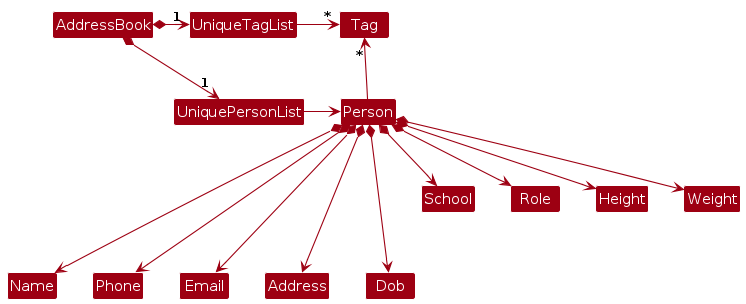
Above: diagrams/BetterModelClassDiagram.png in jordanloh/tp (PlantUML), before the change. Its source is kept beside it as diagrams/BetterModelClassDiagram.puml.
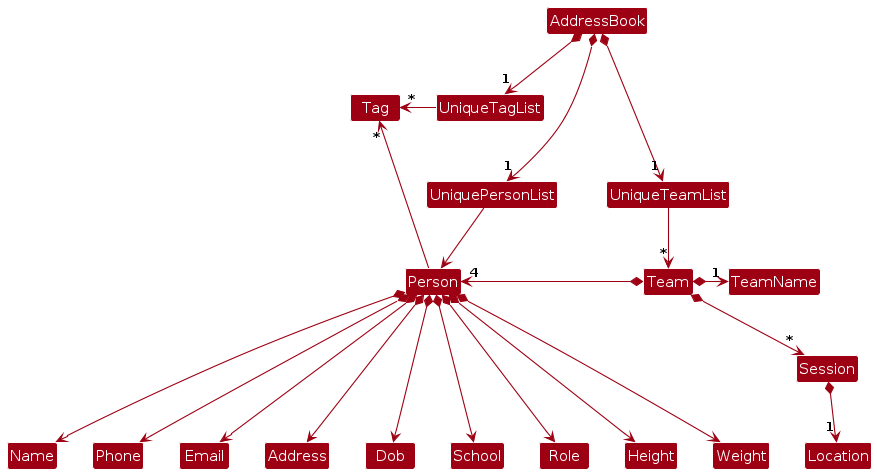
After the change.

Change to the diagram source:
```diff
@@ -4,15 +4,23 @@
 skinparam arrowColor MODEL_COLOR
 skinparam classBackgroundColor MODEL_COLOR
 
-AddressBook *-right-> "1" UniquePersonList
-AddressBook *-right-> "1" UniqueTagList
+AddressBook *-down-> "1" UniquePersonList
+AddressBook *-down-> "1" UniqueTeamList
+AddressBook *-down-> "1" UniqueTagList
 UniqueTagList -[hidden]down- UniquePersonList
 UniqueTagList -[hidden]down- UniquePersonList
 
-UniqueTagList -right-> "*" Tag
-UniquePersonList -right-> Person
+UniqueTagList -left-> "*" Tag
+UniquePersonList -down-> Person
+UniqueTeamList -down-> "*" Team
 
 Person -up-> "*" Tag
+
+Team *-left-> "4" Person
+Team *-down-> "*" Session
+Team *-right-> "1" TeamName
+Session *-down-> "1" Location
+
 
 Person *---> Name
 Person *---> Phone
@@ -23,4 +31,13 @@
 Person *--> Role
 Person *--> Height
 Person *--> Weight
+
+Name-[hidden]right-> Phone
+Phone-[hidden]right-> Email
+Email-[hidden]right-> Address
+Address-[hidden]right-> Dob
+Dob-[hidden]right-> School
+School-[hidden]right-> Role
+Role-[hidden]right-> Height
+Height-[hidden]right-> Weight
 @enduml
```
